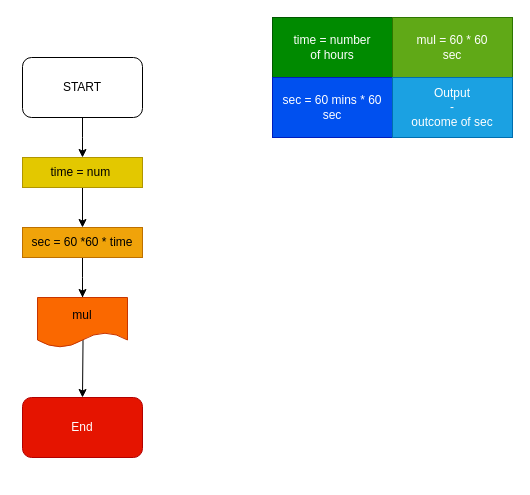
Before: Homework2.drawio in quizpace/20-07-23-homework, a draw.io diagram. Source tidied: cells renumbered, new cells numbered last; positions are measured from the earlier drawing's top-left corner, leaving out a move shared by most shapes. Both pictures are drawn from the tidied source at 100%, with x=0, y=0 at pixel (22, 17).
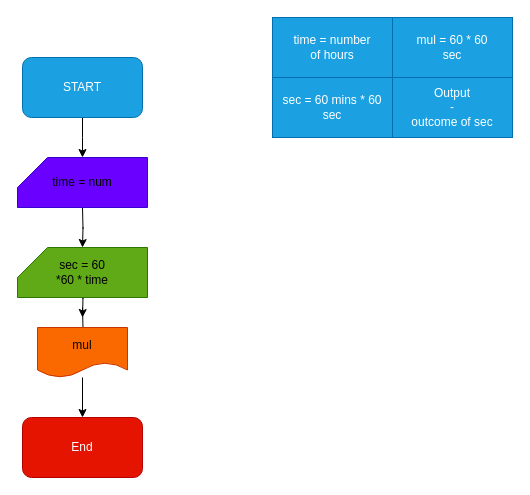
The same page after the edit.

Change to the diagram source:
```diff
@@
-    <mxCell id="3" value="START" style="rounded=1;whiteSpace=wrap;html=1;" parent="1" vertex="1">
+    <mxCell id="3" value="START" style="rounded=1;whiteSpace=wrap;html=1;fillColor=#1ba1e2;fontColor=#ffffff;strokeColor=#006EAF;" parent="1" vertex="1">
       <mxGeometry y="40" width="120" height="60" as="geometry" />
     </mxCell>
     <mxCell id="4" value="End" style="rounded=1;whiteSpace=wrap;html=1;fillColor=#e51400;fontColor=#ffffff;strokeColor=#B20000;" parent="1" vertex="1">
-      <mxGeometry y="380" width="120" height="60" as="geometry" />
+      <mxGeometry y="400" width="120" height="60" as="geometry" />
     </mxCell>
-    <mxCell id="5" style="edgeStyle=orthogonalEdgeStyle;rounded=0;jettySize=auto;html=1;entryX=0.5;entryY=0;entryDx=0;entryDy=0;" parent="1" edge="1" source="6" target="8">
-      <mxGeometry relative="1" as="geometry" />
+    <mxCell id="5" style="edgeStyle=orthogonalEdgeStyle;rounded=0;orthogonalLoop=1;jettySize=auto;html=1;entryX=0.5;entryY=0;entryDx=0;entryDy=0;" parent="1" edge="1">
+      <mxGeometry relative="1" as="geometry">
+        <mxPoint x="60" y="190" as="sourcePoint" />
+        <mxPoint x="60" y="230" as="targetPoint" />
+      </mxGeometry>
     </mxCell>
-    <mxCell id="6" value="time = num&amp;nbsp;" style="rounded=0;whiteSpace=wrap;html=1;fillColor=#e3c800;fontColor=#000000;strokeColor=#B09500;" parent="1" vertex="1">
-      <mxGeometry y="140" width="120" height="30" as="geometry" />
-    </mxCell>
-    <mxCell id="7" style="edgeStyle=orthogonalEdgeStyle;rounded=0;jettySize=auto;html=1;" parent="1" edge="1" source="8">
+    <mxCell id="7" style="edgeStyle=orthogonalEdgeStyle;rounded=0;orthogonalLoop=1;jettySize=auto;html=1;" parent="1" edge="1">
       <mxGeometry relative="1" as="geometry">
-        <mxPoint x="60" y="280" as="targetPoint" />
+        <mxPoint x="60" y="260" as="sourcePoint" />
+        <mxPoint x="60" y="300" as="targetPoint" />
       </mxGeometry>
     </mxCell>
-    <mxCell id="8" value="sec = 60 *60 * time" style="rounded=0;whiteSpace=wrap;html=1;fillColor=#f0a30a;fontColor=#000000;strokeColor=#BD7000;" parent="1" vertex="1">
-      <mxGeometry y="210" width="120" height="30" as="geometry" />
-    </mxCell>
-    <mxCell id="9" style="edgeStyle=orthogonalEdgeStyle;rounded=0;jettySize=auto;html=1;" parent="1" edge="1" target="4">
-      <mxGeometry relative="1" as="geometry">
-        <mxPoint x="60" y="270" as="sourcePoint" />
-      </mxGeometry>
+    <mxCell id="9" style="edgeStyle=orthogonalEdgeStyle;rounded=0;jettySize=auto;html=1;startArrow=none;" parent="1" edge="1" source="10" target="4">
+      <mxGeometry relative="1" as="geometry" />
     </mxCell>
-    <mxCell id="10" value="mul" style="shape=document;whiteSpace=wrap;html=1;boundedLbl=1;fillColor=#fa6800;fontColor=#000000;strokeColor=#C73500;" parent="1" vertex="1">
-      <mxGeometry x="15" y="280" width="90" height="50" as="geometry" />
-    </mxCell>
-    <mxCell id="11" value="time = number&lt;br&gt;of hours" style="rounded=0;whiteSpace=wrap;html=1;fillColor=#008a00;fontColor=#ffffff;strokeColor=#005700;" parent="1" vertex="1">
+    <mxCell id="11" value="time = number&lt;br&gt;of hours" style="rounded=0;whiteSpace=wrap;html=1;fillColor=#1ba1e2;fontColor=#ffffff;strokeColor=#006EAF;" parent="1" vertex="1">
       <mxGeometry x="250" width="120" height="60" as="geometry" />
     </mxCell>
-    <mxCell id="12" value="sec = 60 mins * 60 sec" style="rounded=0;whiteSpace=wrap;html=1;fillColor=#0050ef;fontColor=#ffffff;strokeColor=#001DBC;" parent="1" vertex="1">
+    <mxCell id="12" value="sec = 60 mins * 60 sec" style="rounded=0;whiteSpace=wrap;html=1;fillColor=#1ba1e2;fontColor=#ffffff;strokeColor=#006EAF;" parent="1" vertex="1">
       <mxGeometry x="250" y="60" width="120" height="60" as="geometry" />
     </mxCell>
-    <mxCell id="13" value="mul = 60 * 60&lt;br&gt;sec" style="rounded=0;whiteSpace=wrap;html=1;fillColor=#60a917;fontColor=#ffffff;strokeColor=#2D7600;" parent="1" vertex="1">
+    <mxCell id="13" value="mul = 60 * 60&lt;br&gt;sec" style="rounded=0;whiteSpace=wrap;html=1;fillColor=#1ba1e2;fontColor=#ffffff;strokeColor=#006EAF;" parent="1" vertex="1">
       <mxGeometry x="370" width="120" height="60" as="geometry" />
     </mxCell>
@@
+    <mxCell id="15" style="shape=card;whiteSpace=wrap;html=1;fillColor=#6a00ff;fontColor=#ffffff;strokeColor=#3700CC;" parent="1" vertex="1">
+      <mxGeometry x="-5" y="140" width="130" height="50" as="geometry" />
+    </mxCell>
+    <mxCell id="6" value="time = num" style="text;html=1;strokeColor=none;fillColor=none;align=center;verticalAlign=middle;whiteSpace=wrap;rounded=0;" parent="1" vertex="1">
+      <mxGeometry x="5" y="150" width="110" height="30" as="geometry" />
+    </mxCell>
+    <mxCell id="16" style="shape=card;whiteSpace=wrap;html=1;fillColor=#60a917;fontColor=#ffffff;strokeColor=#2D7600;" parent="1" vertex="1">
+      <mxGeometry x="-5" y="230" width="130" height="50" as="geometry" />
+    </mxCell>
+    <mxCell id="8" value="&lt;span style=&quot;color: rgb(0, 0, 0);&quot;&gt;sec = 60 *60 * time&lt;/span&gt;" style="text;html=1;strokeColor=none;fillColor=none;align=center;verticalAlign=middle;whiteSpace=wrap;rounded=0;" parent="1" vertex="1">
+      <mxGeometry x="30" y="240" width="60" height="30" as="geometry" />
+    </mxCell>
+    <mxCell id="17" style="edgeStyle=orthogonalEdgeStyle;rounded=0;jettySize=auto;html=1;endArrow=none;" parent="1" edge="1" target="10">
+      <mxGeometry relative="1" as="geometry">
+        <mxPoint x="60" y="290" as="sourcePoint" />
+      </mxGeometry>
+    </mxCell>
+    <mxCell id="10" value="mul" style="shape=document;whiteSpace=wrap;html=1;boundedLbl=1;fillColor=#fa6800;fontColor=#000000;strokeColor=#C73500;" parent="1" vertex="1">
+      <mxGeometry x="15" y="310" width="90" height="50" as="geometry" />
+    </mxCell>
```
